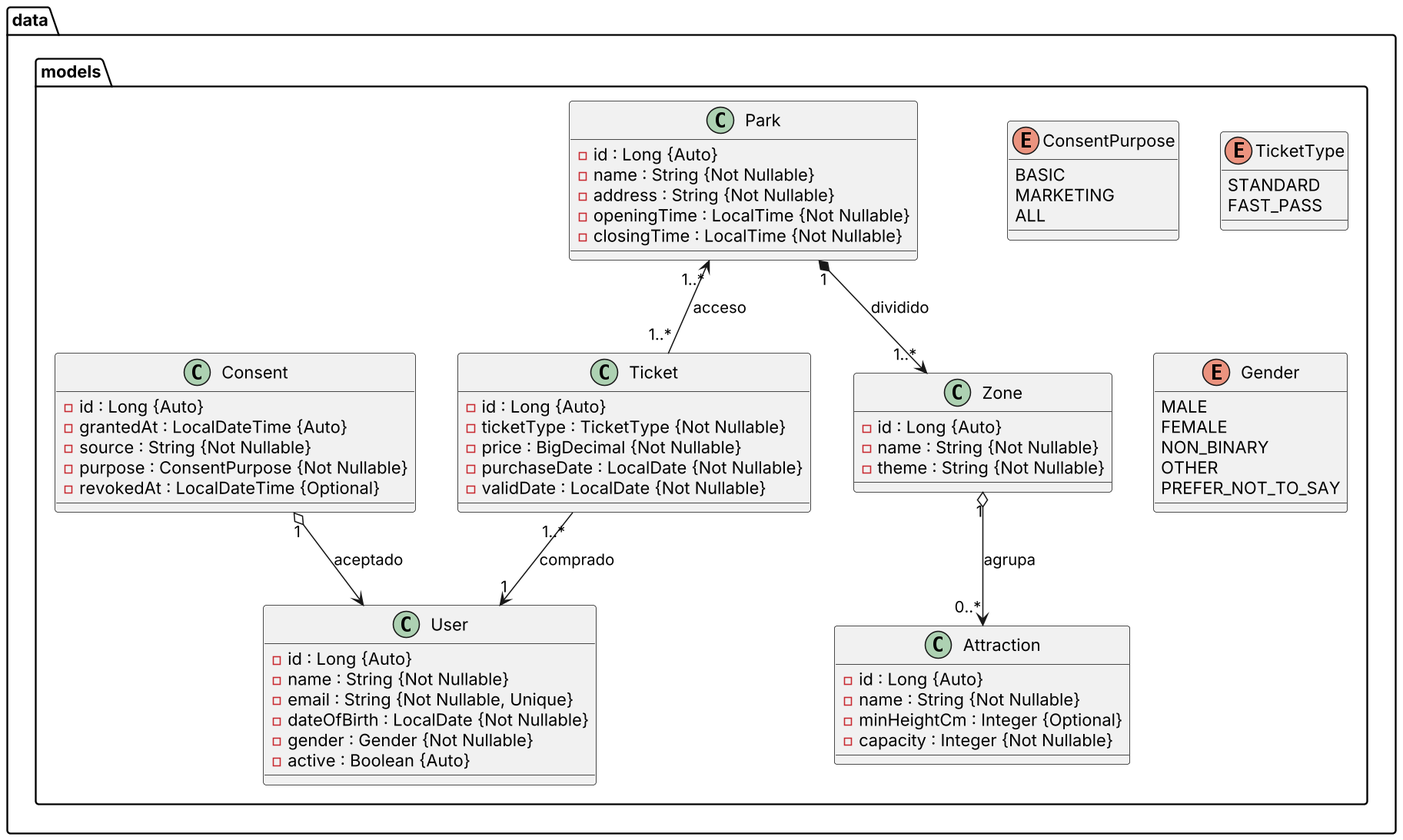
Earlier version of the PlantUML export docs/parqueAtracciones.png (DanielBenito-c/poo). The source it was exported from:
```plantuml
@startuml
skinparamlocked dpi 150

package data.models {

    class Park {
        -id : Long {Auto}
        -name : String {Not Nullable}
        -address : String {Not Nullable}
        -openingTime : LocalTime {Not Nullable}
        -closingTime : LocalTime {Not Nullable}
    }

    class Zone {
        -id : Long {Auto}
        -name : String {Not Nullable}
        -theme : String {Not Nullable}
    }

    class Attraction {
        -id : Long {Auto}
        -name : String {Not Nullable}
        -minHeightCm : Integer {Optional}
        -capacity : Integer {Not Nullable}
    }

    class Consent {
        -id : Long {Auto}
        -grantedAt : LocalDateTime {Auto}
        -source : String {Not Nullable}
        -purpose : ConsentPurpose {Not Nullable}
        -revokedAt : LocalDateTime {Optional}
    }
    enum ConsentPurpose {
      BASIC
      MARKETING
      ALL
    }

    class Ticket {
        -id : Long {Auto}
        -ticketType : TicketType {Not Nullable}
        -price : BigDecimal {Not Nullable}
        -purchaseDate : LocalDate {Not Nullable}
        -validDate : LocalDate {Not Nullable}
    }

    enum TicketType {
      STANDARD
      FAST_PASS
    }


    class User {
      -id : Long {Auto}
      -name : String {Not Nullable}
      -email : String {Not Nullable, Unique}
      -dateOfBirth : LocalDate {Not Nullable}
      -gender : Gender {Not Nullable}
      -active : Boolean {Auto}
    }

    enum Gender {
      MALE
      FEMALE
      NON_BINARY
      OTHER
      PREFER_NOT_TO_SAY
    }

    Park "1" *--> "1..*" Zone : dividido
    Zone "1" o--> "0..*" Attraction : agrupa

    Ticket "1..*" --> "1" User : comprado
    Ticket "1..*" -up-> "1..*" Park : acceso

    Consent "1" o--> User : aceptado

}

@enduml
```
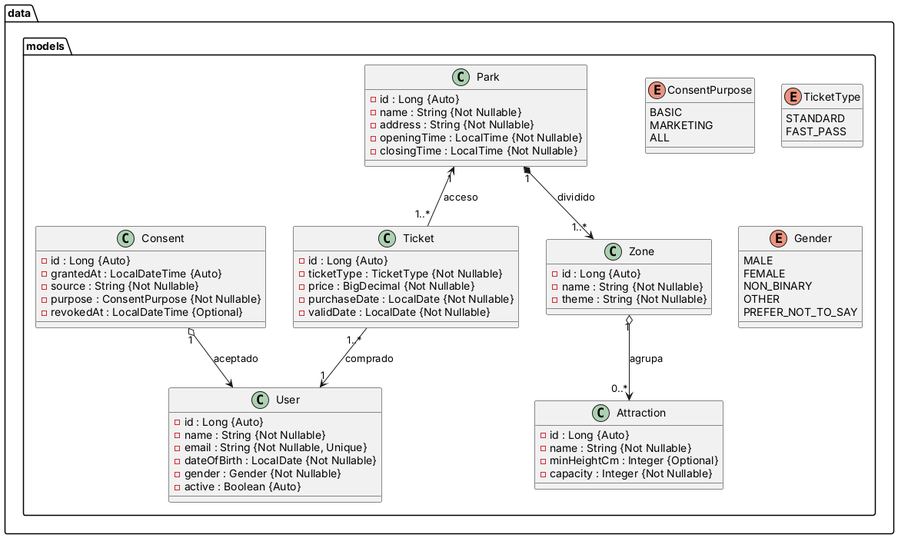
After the commit.

Commit message:
Parque de atracciones PUML and UML PNG updated.DBenito

What changed in the source:
```diff
@@ -1,5 +1,4 @@
 @startuml
-skinparamlocked dpi 150
 
 package data.models {
 
@@ -72,7 +71,7 @@
     Zone "1" o--> "0..*" Attraction : agrupa
 
     Ticket "1..*" --> "1" User : comprado
-    Ticket "1..*" -up-> "1..*" Park : acceso
+    Ticket "1..*" -up-> "1" Park : acceso
 
     Consent "1" o--> User : aceptado
 
```
